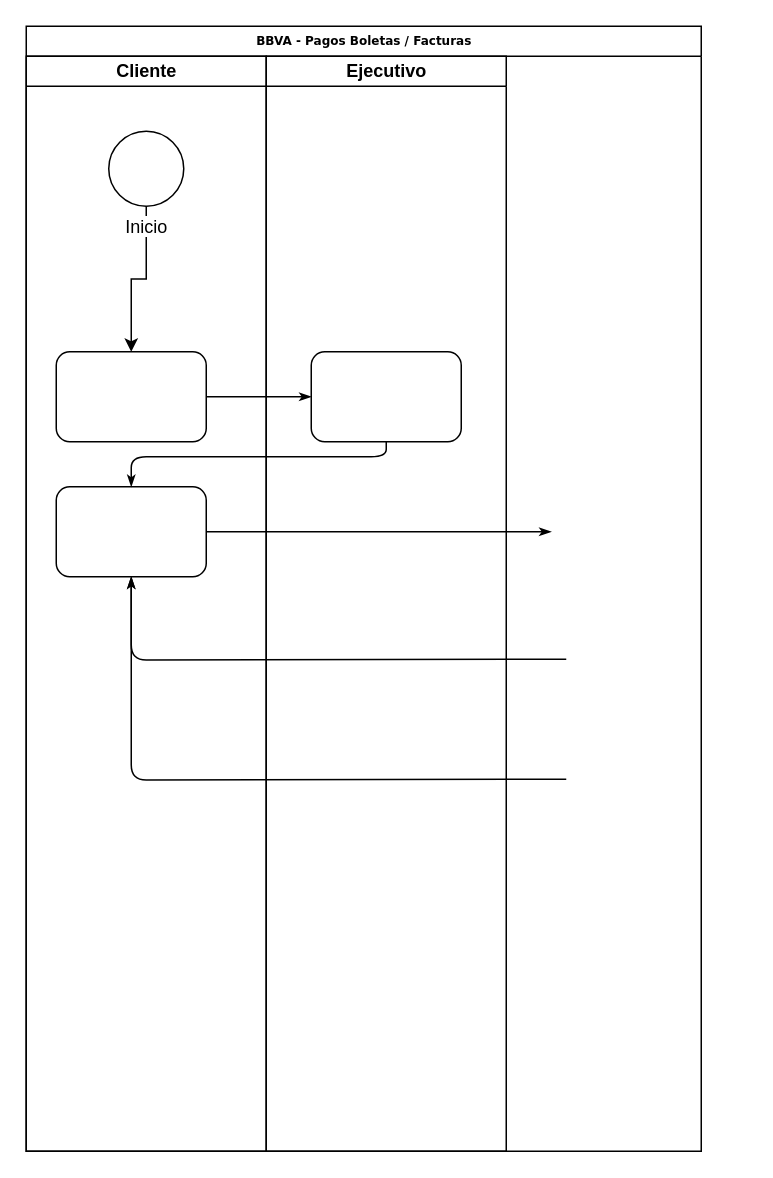
The draw.io diagram DiagramaFuncional.drawio in Churre/Everyting, before the edit. Source tidied: cells renumbered, new cells numbered last; positions are measured from the earlier drawing's top-left corner, leaving out a move shared by most shapes. Both pictures are drawn from the tidied source at 150%, with x=0, y=0 at pixel (26, 26).
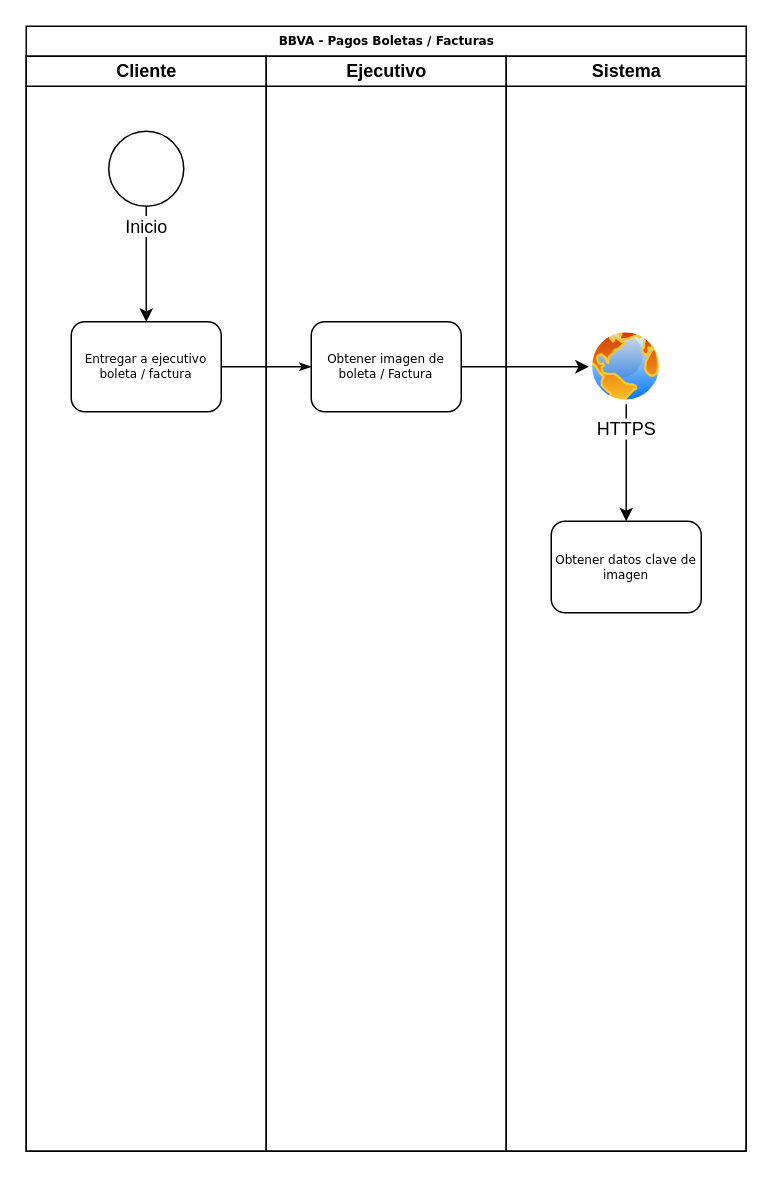
The same page after the edit.

What changed in the source:
```diff
@@
 <mxGraphModel background="#ffffff">
   <root>
     <mxCell id="0" />
     <mxCell id="1" parent="0" />
     <mxCell id="2" value="BBVA - Pagos Boletas / Facturas" style="swimlane;html=1;startSize=20;rounded=0;shadow=0;labelBackgroundColor=none;strokeColor=#000000;strokeWidth=1;fillColor=#ffffff;fontFamily=Verdana;fontSize=8;fontColor=#000000;align=center;" parent="1" vertex="1">
-      <mxGeometry width="450" height="750" as="geometry" />
+      <mxGeometry width="480" height="750" as="geometry" />
     </mxCell>
     <mxCell id="3" value="Cliente" style="swimlane;html=1;startSize=20;" parent="2" vertex="1">
       <mxGeometry y="20" width="160" height="730" as="geometry" />
     </mxCell>
-    <mxCell id="4" style="rounded=1;whiteSpace=wrap;html=1;shadow=0;labelBackgroundColor=none;strokeColor=#000000;strokeWidth=1;fillColor=#ffffff;fontFamily=Verdana;fontSize=8;fontColor=#000000;align=center;" parent="3" vertex="1">
-      <mxGeometry x="20" y="197" width="100" height="60" as="geometry" />
+    <mxCell id="4" value="Entregar a ejecutivo boleta / factura" style="rounded=1;whiteSpace=wrap;html=1;shadow=0;labelBackgroundColor=none;strokeColor=#000000;strokeWidth=1;fillColor=#ffffff;fontFamily=Verdana;fontSize=8;fontColor=#000000;align=center;" parent="3" vertex="1">
+      <mxGeometry x="30" y="177" width="100" height="60" as="geometry" />
     </mxCell>
-    <mxCell id="5" style="rounded=1;whiteSpace=wrap;html=1;shadow=0;labelBackgroundColor=none;strokeColor=#000000;strokeWidth=1;fillColor=#ffffff;fontFamily=Verdana;fontSize=8;fontColor=#000000;align=center;" parent="3" vertex="1">
-      <mxGeometry x="20" y="287" width="100" height="60" as="geometry" />
-    </mxCell>
     <mxCell id="6" style="edgeStyle=orthogonalEdgeStyle;rounded=0;jettySize=auto;html=1;exitX=0.5;exitY=1;exitDx=0;exitDy=0;" parent="3" edge="1" source="7" target="4">
       <mxGeometry relative="1" as="geometry" />
     </mxCell>
     <mxCell id="7" value="Inicio" style="shape=mxgraph.bpmn.shape;html=1;verticalLabelPosition=bottom;labelBackgroundColor=#ffffff;verticalAlign=top;align=center;perimeter=ellipsePerimeter;outlineConnect=0;outline=standard;symbol=general;" parent="3" vertex="1">
       <mxGeometry x="55" y="50" width="50" height="50" as="geometry" />
     </mxCell>
     <mxCell id="8" style="edgeStyle=orthogonalEdgeStyle;rounded=1;html=1;labelBackgroundColor=none;startArrow=none;startFill=0;startSize=5;endArrow=classicThin;endFill=1;endSize=5;jettySize=auto;strokeColor=#000000;strokeWidth=1;fontFamily=Verdana;fontSize=8;fontColor=#000000;" parent="2" edge="1" source="4" target="14">
       <mxGeometry relative="1" as="geometry" />
     </mxCell>
-    <mxCell id="9" style="edgeStyle=orthogonalEdgeStyle;rounded=1;html=1;labelBackgroundColor=none;startArrow=none;startFill=0;startSize=5;endArrow=classicThin;endFill=1;endSize=5;jettySize=auto;strokeColor=#000000;strokeWidth=1;fontFamily=Verdana;fontSize=8;fontColor=#000000;" parent="2" edge="1" source="14" target="5">
-      <mxGeometry relative="1" as="geometry">
-        <Array as="points">
-          <mxPoint x="240" y="287" />
-          <mxPoint x="70" y="287" />
-        </Array>
-      </mxGeometry>
-    </mxCell>
-    <mxCell id="10" style="edgeStyle=orthogonalEdgeStyle;rounded=1;html=1;labelBackgroundColor=none;startArrow=none;startFill=0;startSize=5;endArrow=classicThin;endFill=1;endSize=5;jettySize=auto;strokeColor=#000000;strokeWidth=1;fontFamily=Verdana;fontSize=8;fontColor=#000000;" parent="2" edge="1" source="5">
-      <mxGeometry relative="1" as="geometry">
-        <mxPoint x="350" y="337" as="targetPoint" />
-      </mxGeometry>
-    </mxCell>
-    <mxCell id="11" style="edgeStyle=orthogonalEdgeStyle;rounded=1;html=1;labelBackgroundColor=none;startArrow=none;startFill=0;startSize=5;endArrow=classicThin;endFill=1;endSize=5;jettySize=auto;strokeColor=#000000;strokeWidth=1;fontFamily=Verdana;fontSize=8;fontColor=#000000;" parent="2" edge="1" target="5">
-      <mxGeometry relative="1" as="geometry">
-        <mxPoint x="360" y="422" as="sourcePoint" />
-      </mxGeometry>
-    </mxCell>
-    <mxCell id="12" style="edgeStyle=orthogonalEdgeStyle;rounded=1;html=1;labelBackgroundColor=none;startArrow=none;startFill=0;startSize=5;endArrow=classicThin;endFill=1;endSize=5;jettySize=auto;strokeColor=#000000;strokeWidth=1;fontFamily=Verdana;fontSize=8;fontColor=#000000;" parent="2" edge="1" target="5">
-      <mxGeometry relative="1" as="geometry">
-        <mxPoint x="360" y="502" as="sourcePoint" />
-      </mxGeometry>
-    </mxCell>
     <mxCell id="13" value="Ejecutivo" style="swimlane;html=1;startSize=20;" parent="2" vertex="1">
       <mxGeometry x="160" y="20" width="160" height="730" as="geometry" />
     </mxCell>
-    <mxCell id="14" style="rounded=1;whiteSpace=wrap;html=1;shadow=0;labelBackgroundColor=none;strokeColor=#000000;strokeWidth=1;fillColor=#ffffff;fontFamily=Verdana;fontSize=8;fontColor=#000000;align=center;" parent="13" vertex="1">
-      <mxGeometry x="30" y="197" width="100" height="60" as="geometry" />
+    <mxCell id="14" value="Obtener imagen de boleta / Factura" style="rounded=1;whiteSpace=wrap;html=1;shadow=0;labelBackgroundColor=none;strokeColor=#000000;strokeWidth=1;fillColor=#ffffff;fontFamily=Verdana;fontSize=8;fontColor=#000000;align=center;" parent="13" vertex="1">
+      <mxGeometry x="30" y="177" width="100" height="60" as="geometry" />
     </mxCell>
+    <mxCell id="15" value="Sistema" style="swimlane;html=1;startSize=20;" parent="2" vertex="1">
+      <mxGeometry x="320" y="20" width="160" height="730" as="geometry" />
+    </mxCell>
+    <mxCell id="16" style="edgeStyle=orthogonalEdgeStyle;rounded=0;jettySize=auto;html=1;" parent="15" edge="1" source="17" target="18">
+      <mxGeometry relative="1" as="geometry" />
+    </mxCell>
+    <mxCell id="17" value="HTTPS" style="perimeter=ellipsePerimeter;html=1;align=center;shadow=0;dashed=0;spacingTop=3;image;image=img/lib/active_directory/internet_globe.svg;" parent="15" vertex="1">
+      <mxGeometry x="55" y="182" width="50" height="50" as="geometry" />
+    </mxCell>
+    <mxCell id="18" value="Obtener datos clave de imagen" style="rounded=1;whiteSpace=wrap;html=1;shadow=0;labelBackgroundColor=none;strokeColor=#000000;strokeWidth=1;fillColor=#ffffff;fontFamily=Verdana;fontSize=8;fontColor=#000000;align=center;" parent="15" vertex="1">
+      <mxGeometry x="30" y="310" width="100" height="61" as="geometry" />
+    </mxCell>
+    <mxCell id="19" style="edgeStyle=orthogonalEdgeStyle;rounded=0;jettySize=auto;html=1;" parent="2" edge="1" source="14" target="17">
+      <mxGeometry relative="1" as="geometry" />
+    </mxCell>
   </root>
 </mxGraphModel>
```
